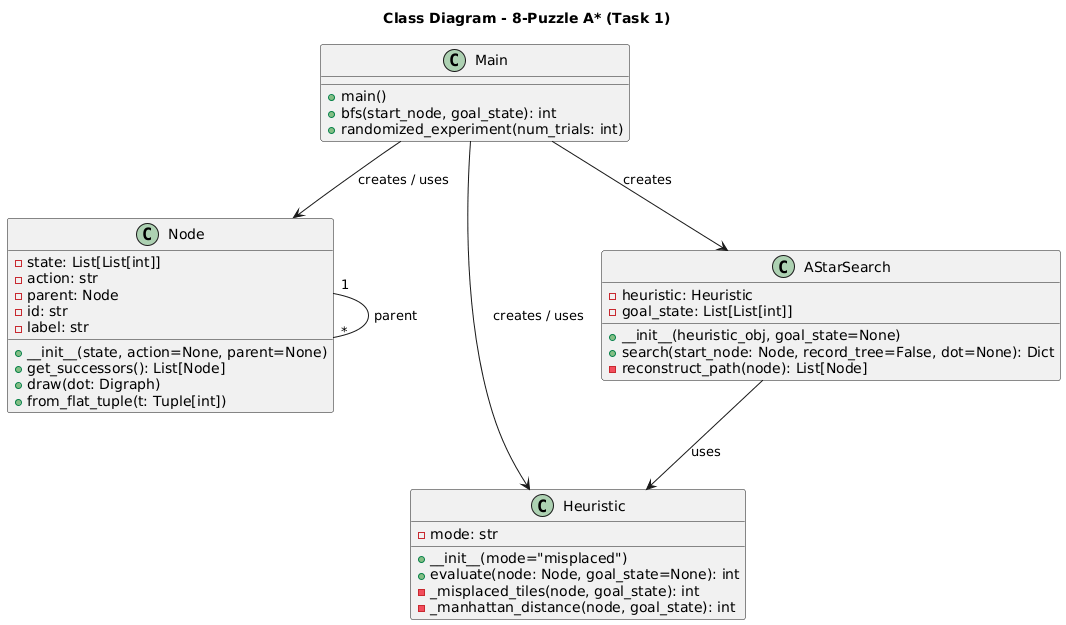
The PlantUML diagram class_diagram.png in thuyvi48/AI_GK, before a commit.
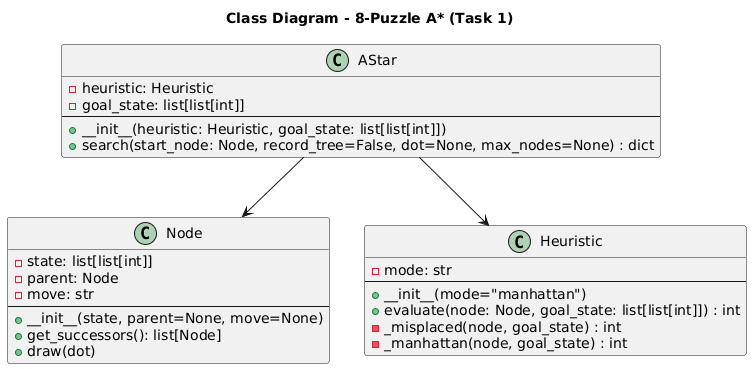
The same diagram one commit later.

Commit message:
sửa hình

What changed in the source:
```diff
@@ -2,42 +2,32 @@
 title Class Diagram - 8-Puzzle A* (Task 1)
 
 class Node {
-  - state: List[List[int]]
-  - action: str
-  - parent: Node
-  - id: str
-  - label: str
-  + __init__(state, action=None, parent=None)
-  + get_successors(): List[Node]
-  + draw(dot: Digraph)
-  + from_flat_tuple(t: Tuple[int])
+    - state: list[list[int]]
+    - parent: Node
+    - move: str
+    --
+    + __init__(state, parent=None, move=None)
+    + get_successors(): list[Node]
+    + draw(dot)
 }
 
 class Heuristic {
-  - mode: str
-  + __init__(mode="misplaced")
-  + evaluate(node: Node, goal_state=None): int
-  - _misplaced_tiles(node, goal_state): int
-  - _manhattan_distance(node, goal_state): int
+    - mode: str
+    --
+    + __init__(mode="manhattan")
+    + evaluate(node: Node, goal_state: list[list[int]]) : int
+    - _misplaced(node, goal_state) : int
+    - _manhattan(node, goal_state) : int
 }
 
-class AStarSearch {
-  - heuristic: Heuristic
-  - goal_state: List[List[int]]
-  + __init__(heuristic_obj, goal_state=None)
-  + search(start_node: Node, record_tree=False, dot=None): Dict
-  - reconstruct_path(node): List[Node]
+class AStar {
+    - heuristic: Heuristic
+    - goal_state: list[list[int]]
+    --
+    + __init__(heuristic: Heuristic, goal_state: list[list[int]])
+    + search(start_node: Node, record_tree=False, dot=None, max_nodes=None) : dict
 }
 
-class Main {
-  + main()
-  + bfs(start_node, goal_state): int
-  + randomized_experiment(num_trials: int)
-}
-
-Node "1" -- "*" Node : parent
-AStarSearch --> Heuristic : uses
-Main --> AStarSearch : creates
-Main --> Node : creates / uses
-Main --> Heuristic : creates / uses
+AStar --> Heuristic
+AStar --> Node
 @enduml
```
